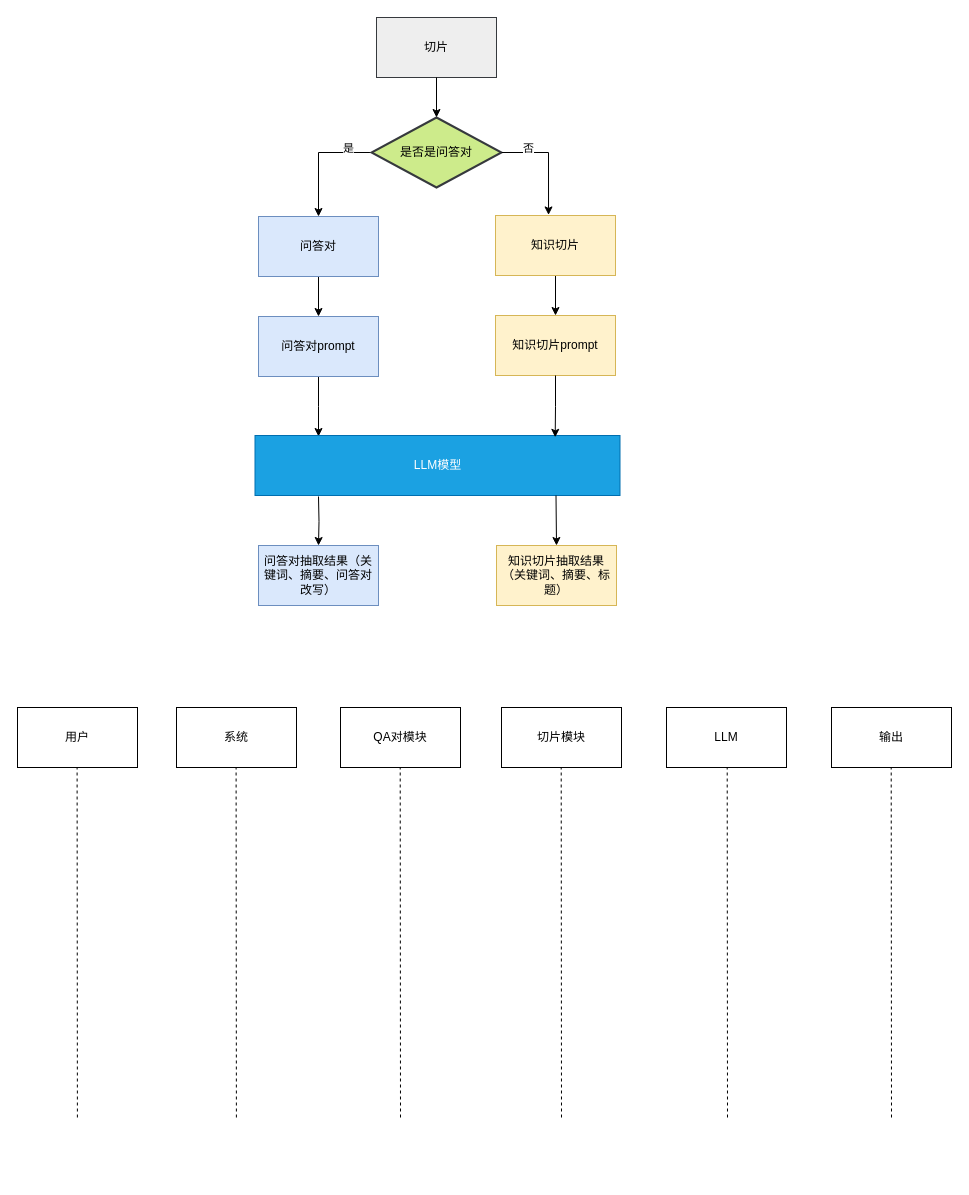
archwolf118/AI keeps this draw.io diagram as 关键词摘要时序图.drawio. Above is the earlier version. Source tidied: cells renumbered, new cells numbered last; positions are measured from the earlier drawing's top-left corner, leaving out a move shared by most shapes. Both pictures are drawn from the tidied source at 100%, with x=0, y=0 at pixel (17, 17).
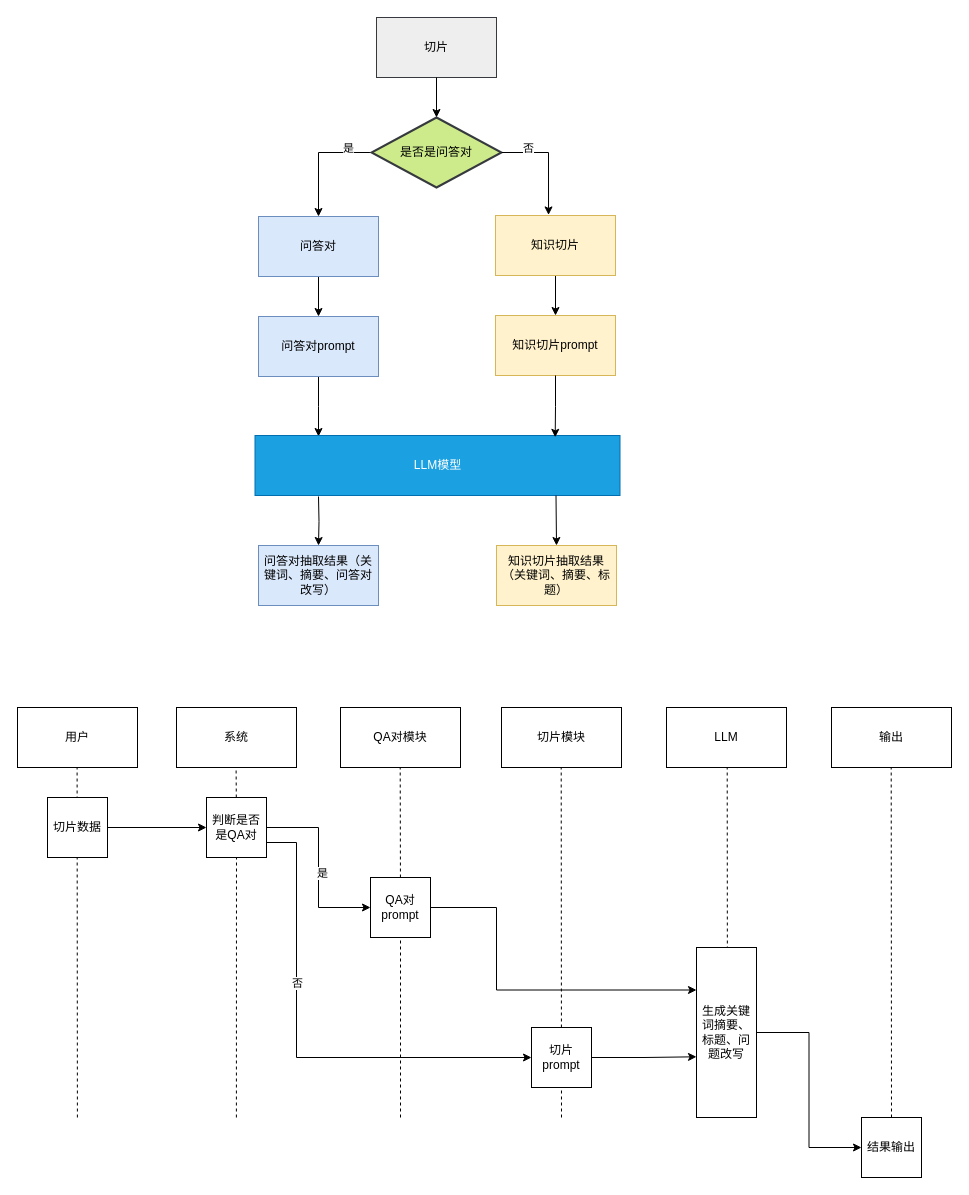
The same page after the edit.

Commit message:
更新关键词摘要时序图.drawio

The edit, as a diff of the source:
```diff
@@
-    <mxCell id="28" style="endArrow=none;dashed=1;html=1;rounded=0;" parent="1" edge="1">
+    <mxCell id="28" style="endArrow=none;dashed=1;html=1;rounded=0;" parent="1" edge="1" source="44">
       <mxGeometry relative="1" as="geometry">
-        <mxPoint x="383" y="1100" as="sourcePoint" />
         <mxPoint x="382.7" y="750" as="targetPoint" />
       </mxGeometry>
     </mxCell>
@@
-    <mxCell id="33" style="endArrow=none;dashed=1;html=1;rounded=0;" parent="1" edge="1">
+    <mxCell id="33" style="endArrow=none;dashed=1;html=1;rounded=0;" parent="1" edge="1" source="41">
       <mxGeometry relative="1" as="geometry">
-        <mxPoint x="218.9" y="1100" as="sourcePoint" />
         <mxPoint x="218.6" y="750" as="targetPoint" />
       </mxGeometry>
     </mxCell>
+    <mxCell id="34" style="edgeStyle=orthogonalEdgeStyle;rounded=0;jettySize=auto;html=1;exitX=1;exitY=0.5;exitDx=0;exitDy=0;entryX=0;entryY=0.5;entryDx=0;entryDy=0;" parent="1" edge="1" source="35" target="41">
+      <mxGeometry relative="1" as="geometry" />
+    </mxCell>
+    <mxCell id="35" value="切片数据" style="rounded=0;whiteSpace=wrap;html=1;" parent="1" vertex="1">
+      <mxGeometry x="30" y="780" width="60" height="60" as="geometry" />
+    </mxCell>
+    <mxCell id="36" style="endArrow=none;dashed=1;html=1;rounded=0;" parent="1" edge="1" target="41">
+      <mxGeometry relative="1" as="geometry">
+        <mxPoint x="218.9" y="1100" as="sourcePoint" />
+      </mxGeometry>
+    </mxCell>
+    <mxCell id="37" style="edgeStyle=orthogonalEdgeStyle;rounded=0;jettySize=auto;html=1;exitX=1;exitY=0.5;exitDx=0;exitDy=0;entryX=0;entryY=0.5;entryDx=0;entryDy=0;" parent="1" edge="1" source="41" target="44">
+      <mxGeometry relative="1" as="geometry" />
+    </mxCell>
+    <mxCell id="38" value="是" style="edgeLabel;html=1;align=center;verticalAlign=middle;" parent="37" vertex="1">
+      <mxGeometry x="0.05" y="3" relative="1" as="geometry" />
+    </mxCell>
+    <mxCell id="39" style="edgeStyle=orthogonalEdgeStyle;rounded=0;jettySize=auto;html=1;exitX=1;exitY=0.75;exitDx=0;exitDy=0;entryX=0;entryY=0.5;entryDx=0;entryDy=0;" parent="1" edge="1" source="41" target="47">
+      <mxGeometry relative="1" as="geometry">
+        <Array as="points">
+          <mxPoint x="279" y="825" />
+          <mxPoint x="279" y="1040" />
+        </Array>
+      </mxGeometry>
+    </mxCell>
+    <mxCell id="40" value="否" style="edgeLabel;html=1;align=center;verticalAlign=middle;" parent="39" vertex="1">
+      <mxGeometry x="-0.29" relative="1" as="geometry" />
+    </mxCell>
+    <mxCell id="41" value="判断是否是QA对" style="rounded=0;whiteSpace=wrap;html=1;" parent="1" vertex="1">
+      <mxGeometry x="189" y="780" width="60" height="60" as="geometry" />
+    </mxCell>
+    <mxCell id="42" style="endArrow=none;dashed=1;html=1;rounded=0;" parent="1" edge="1" target="44">
+      <mxGeometry relative="1" as="geometry">
+        <mxPoint x="383" y="1100" as="sourcePoint" />
+      </mxGeometry>
+    </mxCell>
+    <mxCell id="43" style="edgeStyle=orthogonalEdgeStyle;rounded=0;jettySize=auto;html=1;exitX=1;exitY=0.5;exitDx=0;exitDy=0;entryX=0;entryY=0.25;entryDx=0;entryDy=0;" parent="1" edge="1" source="44" target="46">
+      <mxGeometry relative="1" as="geometry">
+        <Array as="points">
+          <mxPoint x="479" y="890" />
+          <mxPoint x="479" y="973" />
+        </Array>
+      </mxGeometry>
+    </mxCell>
+    <mxCell id="44" value="QA对prompt" style="rounded=0;whiteSpace=wrap;html=1;" parent="1" vertex="1">
+      <mxGeometry x="353" y="860" width="60" height="60" as="geometry" />
+    </mxCell>
+    <mxCell id="45" style="edgeStyle=orthogonalEdgeStyle;rounded=0;jettySize=auto;html=1;exitX=1;exitY=0.5;exitDx=0;exitDy=0;entryX=0;entryY=0.5;entryDx=0;entryDy=0;" parent="1" edge="1" source="46" target="49">
+      <mxGeometry relative="1" as="geometry" />
+    </mxCell>
+    <mxCell id="46" value="生成关键词摘要、标题、问题改写" style="rounded=0;whiteSpace=wrap;html=1;" parent="1" vertex="1">
+      <mxGeometry x="679" y="930" width="60" height="170" as="geometry" />
+    </mxCell>
+    <mxCell id="47" value="切片prompt" style="rounded=0;whiteSpace=wrap;html=1;" parent="1" vertex="1">
+      <mxGeometry x="514" y="1010" width="60" height="60" as="geometry" />
+    </mxCell>
+    <mxCell id="48" style="edgeStyle=orthogonalEdgeStyle;rounded=0;jettySize=auto;html=1;exitX=1;exitY=0.5;exitDx=0;exitDy=0;entryX=0;entryY=0.643;entryDx=0;entryDy=0;entryPerimeter=0;" parent="1" edge="1" source="47" target="46">
+      <mxGeometry relative="1" as="geometry" />
+    </mxCell>
+    <mxCell id="49" value="结果输出" style="rounded=0;whiteSpace=wrap;html=1;" parent="1" vertex="1">
+      <mxGeometry x="844" y="1100" width="60" height="60" as="geometry" />
+    </mxCell>
```
